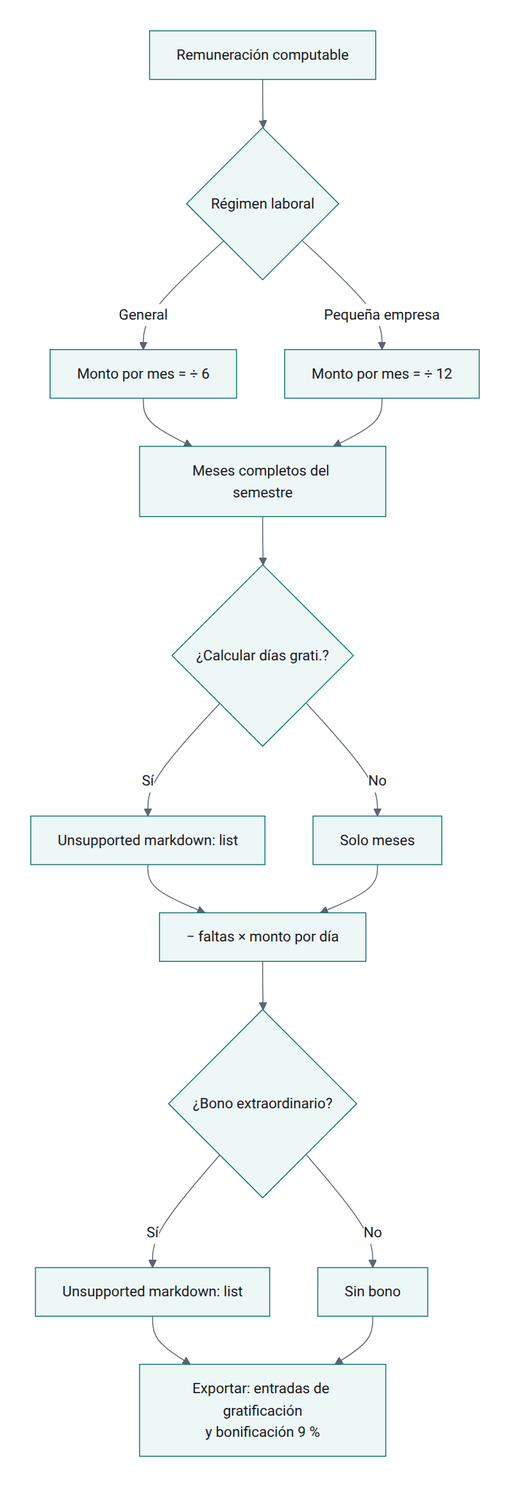
Earlier version of the Mermaid export OL-PAYROLL/al_hr_pe_benefits/static/description/diagramas/gratificacion.png (olanoit/ol_new_apps). Its source is kept beside it as OL-PAYROLL/al_hr_pe_benefits/static/description/diagramas/gratificacion.mmd. Its diagram source:
```mermaid
flowchart TD
  A[Remuneración computable] --> B{Régimen laboral}
  B -- General --> C[Monto por mes = ÷ 6]
  B -- Pequeña empresa --> D[Monto por mes = ÷ 12]
  C --> E[Meses completos del semestre]
  D --> E
  E --> F{¿Calcular días grati.?}
  F -- Sí --> G[+ días sueltos × monto por día]
  F -- No --> H[Solo meses]
  G --> I[− faltas × monto por día]
  H --> I
  I --> J{¿Bono extraordinario?}
  J -- Sí --> K[+ % del seguro social<br/>del trabajador: Ley 29351]
  J -- No --> L[Sin bono]
  K --> M[Exportar: entradas de gratificación<br/>y bonificación 9 %]
  L --> M
```
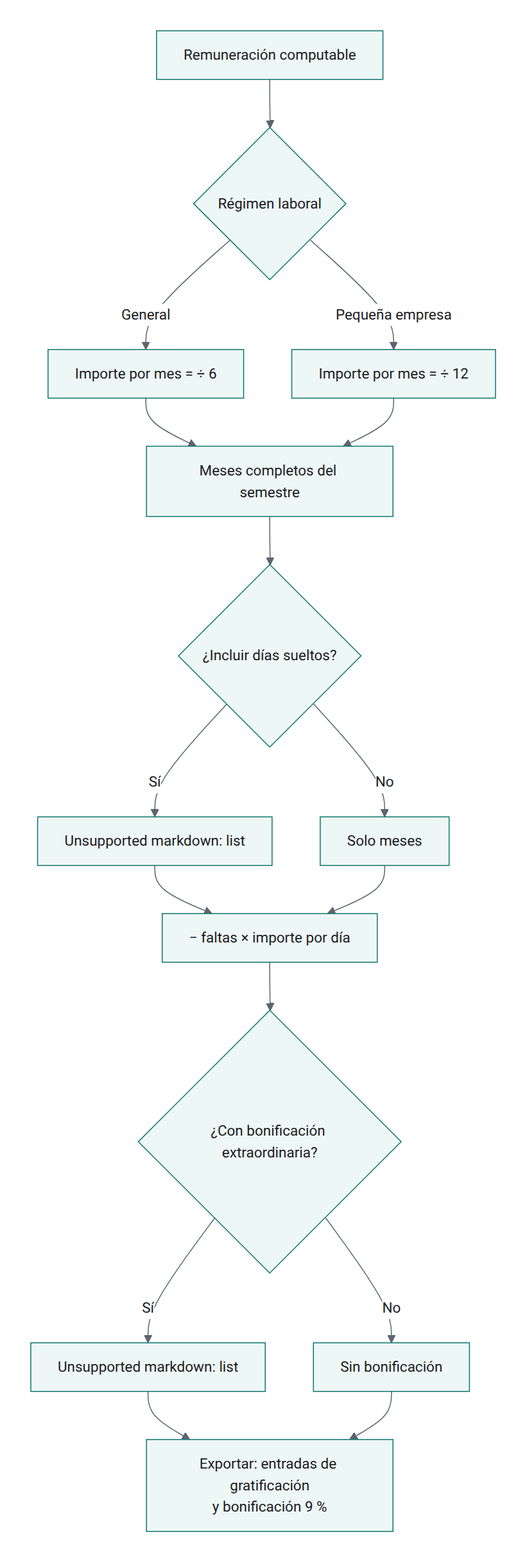
After the commit.

What changed in the source:
```diff
@@ -1,16 +1,16 @@
 flowchart TD
   A[Remuneración computable] --> B{Régimen laboral}
-  B -- General --> C[Monto por mes = ÷ 6]
-  B -- Pequeña empresa --> D[Monto por mes = ÷ 12]
+  B -- General --> C[Importe por mes = ÷ 6]
+  B -- Pequeña empresa --> D[Importe por mes = ÷ 12]
   C --> E[Meses completos del semestre]
   D --> E
-  E --> F{¿Calcular días grati.?}
-  F -- Sí --> G[+ días sueltos × monto por día]
+  E --> F{¿Incluir días sueltos?}
+  F -- Sí --> G[+ días sueltos × importe por día]
   F -- No --> H[Solo meses]
-  G --> I[− faltas × monto por día]
+  G --> I[− faltas × importe por día]
   H --> I
-  I --> J{¿Bono extraordinario?}
-  J -- Sí --> K[+ % del seguro social<br/>del trabajador: Ley 29351]
-  J -- No --> L[Sin bono]
+  I --> J{¿Con bonificación extraordinaria?}
+  J -- Sí --> K[+ % del seguro social<br/>del trabajador: Ley 30334]
+  J -- No --> L[Sin bonificación]
   K --> M[Exportar: entradas de gratificación<br/>y bonificación 9 %]
   L --> M
```
